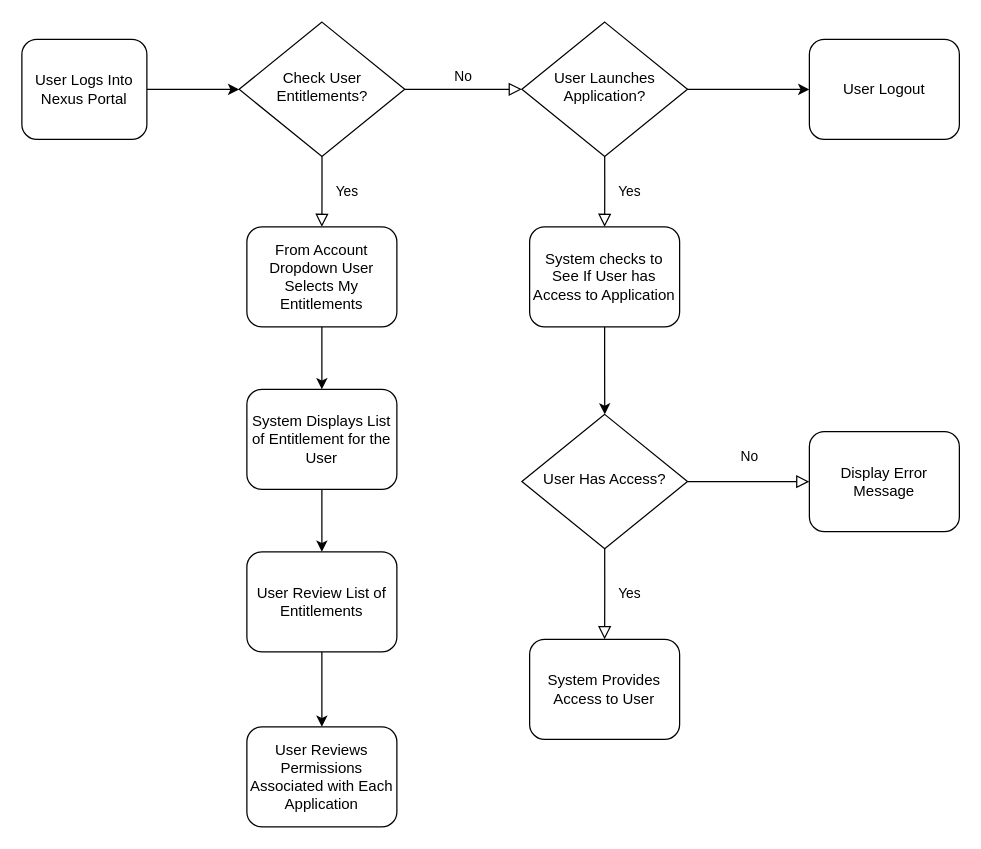
Above: Entitlements.drawio in xiaowei90113/Design (draw.io), before the change. Source tidied: cells renumbered, new cells numbered last; positions are measured from the earlier drawing's top-left corner, leaving out a move shared by most shapes. Both pictures are drawn from the tidied source at 125%, with x=0, y=0 at pixel (21, 21).
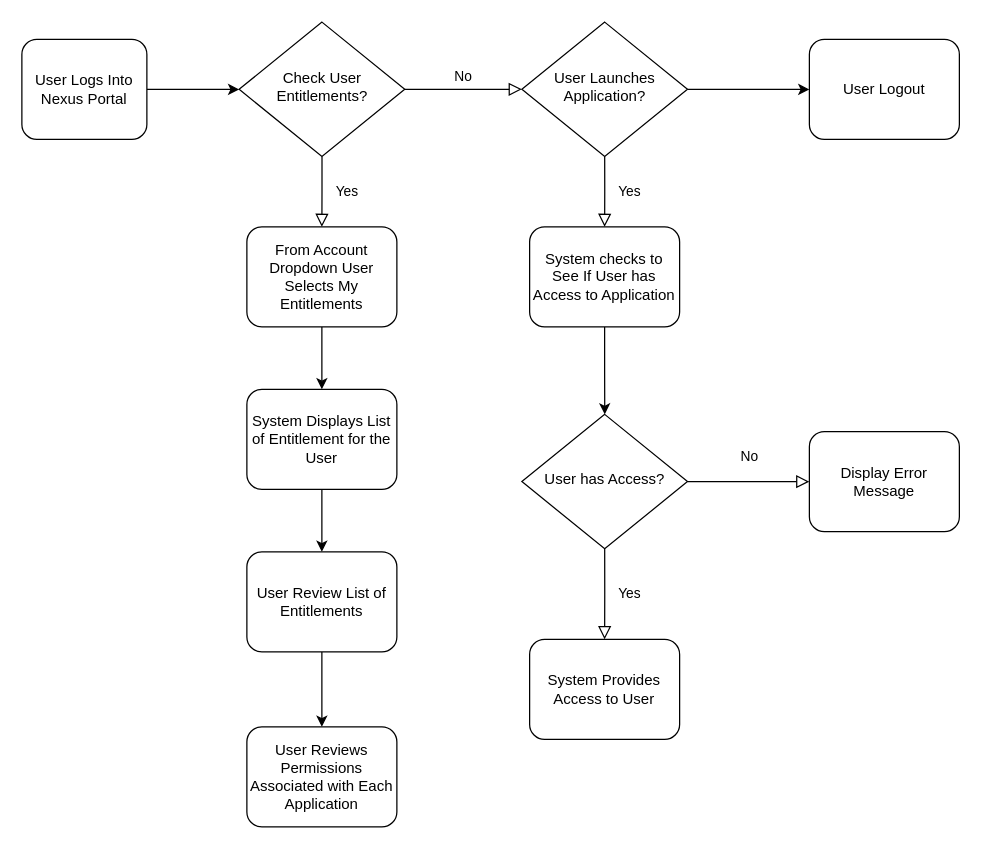
The same page after the edit.

Change to the diagram source:
```diff
@@
-    <mxCell id="19" value="User Has Access?" style="rhombus;whiteSpace=wrap;html=1;shadow=0;fontFamily=Helvetica;fontSize=12;align=center;strokeWidth=1;spacing=6;spacingTop=-4;" parent="1" vertex="1">
+    <mxCell id="19" value="User has Access?" style="rhombus;whiteSpace=wrap;html=1;shadow=0;fontFamily=Helvetica;fontSize=12;align=center;strokeWidth=1;spacing=6;spacingTop=-4;" parent="1" vertex="1">
       <mxGeometry x="400" y="314" width="132.5" height="107.5" as="geometry" />
     </mxCell>
```
